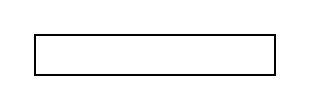
Earlier version of the draw.io diagram 未命名绘图.drawio (xkrabb/drawio). Source tidied: cells renumbered, new cells numbered last; positions are measured from the earlier drawing's top-left corner, leaving out a move shared by most shapes. Both pictures are drawn from the tidied source at 200%, with x=0, y=0 at pixel (34, 34).
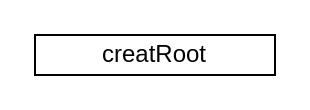
The same diagram, later.

Commit message:
更新未命名绘图.drawio

What changed in the source:
```diff
@@
 <mxGraphModel>
   <root>
     <mxCell id="0" />
     <mxCell id="1" parent="0" />
-    <mxCell id="2" style="rounded=0;whiteSpace=wrap;html=1;" parent="1" vertex="1">
+    <mxCell id="2" value="creatRoot" style="rounded=0;whiteSpace=wrap;html=1;" parent="1" vertex="1">
       <mxGeometry width="120" height="20" as="geometry" />
     </mxCell>
   </root>
 </mxGraphModel>
```
